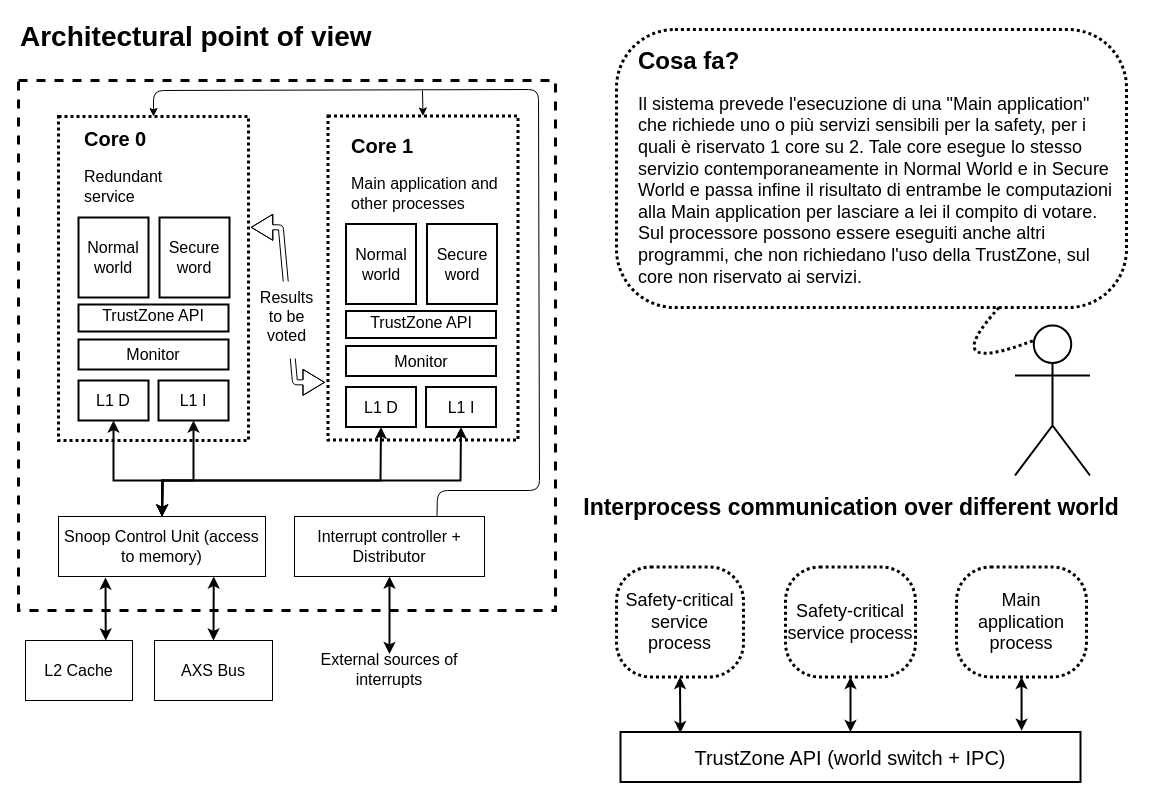
Above: page "Page-3" (4 of 4) of Untitled Diagram.drawio in gabrielegiannini/quality-and-certification-project (draw.io), before the change. Source tidied: cells renumbered, new cells numbered last; positions are measured from the earlier drawing's top-left corner, leaving out a move shared by most shapes. Both pictures are drawn from the tidied source at 100%, with x=0, y=0 at pixel (18, 17).
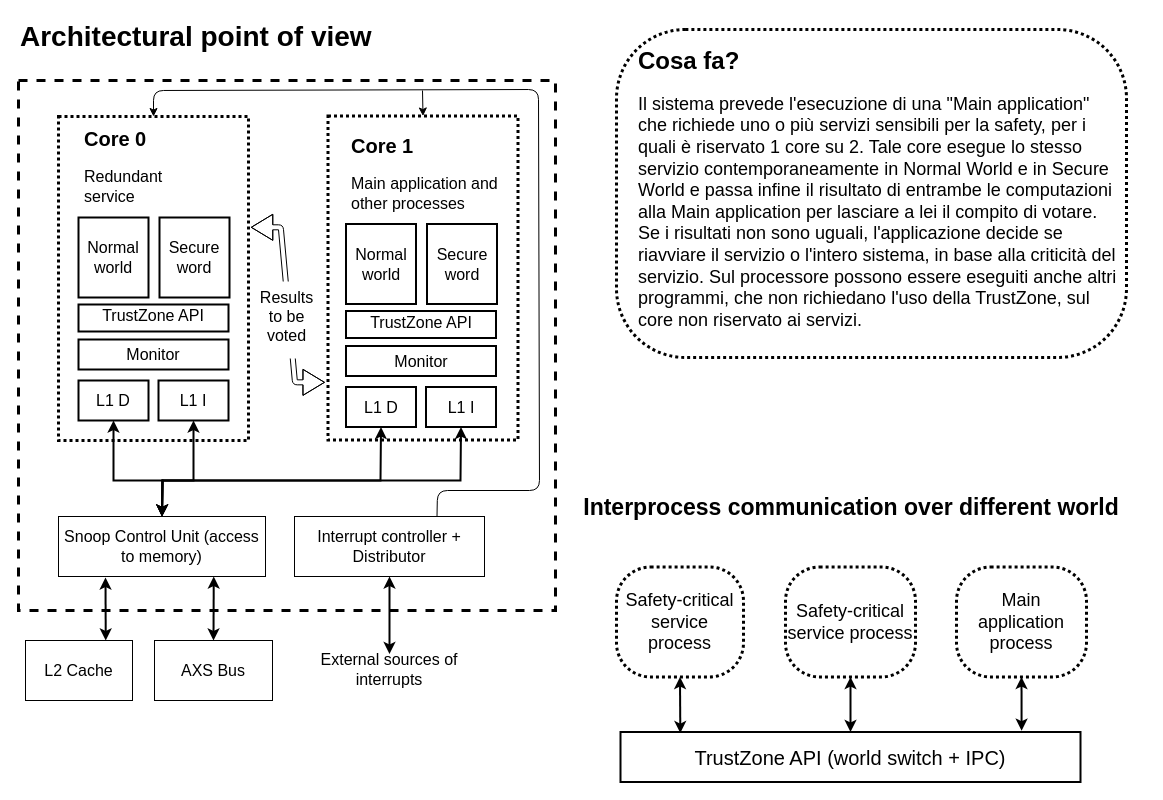
Above is the later version.

Change to the diagram source:
```diff
@@
     <mxCell id="27" style="whiteSpace=wrap;html=1;rounded=1;arcSize=21;align=center;verticalAlign=middle;strokeWidth=3;spacing=4;fillColor=none;dashed=1;dashPattern=1 1;" parent="1" vertex="1">
-      <mxGeometry x="598" y="12" width="510" height="278" as="geometry" />
+      <mxGeometry x="598" y="12" width="510" height="328" as="geometry" />
     </mxCell>
-    <mxCell id="28" value="&lt;h1&gt;Cosa fa?&lt;br&gt;&lt;/h1&gt;&lt;p style=&quot;font-size: 18px&quot;&gt;Il sistema prevede l'esecuzione di una &quot;Main application&quot; che richiede uno o più servizi sensibili per la safety, per i quali è riservato 1 core su 2. Tale core esegue lo stesso servizio contemporaneamente in Normal World e in Secure World e passa infine il risultato di entrambe le computazioni alla Main application per lasciare a lei il compito di votare. Sul processore possono essere eseguiti anche altri programmi, che non richiedano l'uso della TrustZone, sul&amp;nbsp; core non riservato ai servizi.&lt;br&gt;&lt;/p&gt;" style="text;html=1;strokeColor=none;fillColor=none;spacing=5;spacingTop=-20;whiteSpace=wrap;overflow=hidden;rounded=0;" parent="1" vertex="1">
-      <mxGeometry x="615" y="24" width="492" height="246" as="geometry" />
+    <mxCell id="28" value="&lt;h1&gt;Cosa fa?&lt;br&gt;&lt;/h1&gt;&lt;p style=&quot;font-size: 18px&quot;&gt;Il sistema prevede l'esecuzione di una &quot;Main application&quot; che richiede uno o più servizi sensibili per la safety, per i quali è riservato 1 core su 2. Tale core esegue lo stesso servizio contemporaneamente in Normal World e in Secure World e passa infine il risultato di entrambe le computazioni alla Main application per lasciare a lei il compito di votare. Se i risultati non sono uguali, l'applicazione decide se riavviare il servizio o l'intero sistema, in base alla criticità del servizio. Sul processore possono essere eseguiti anche altri programmi, che non richiedano l'uso della TrustZone, sul&amp;nbsp; core non riservato ai servizi.&lt;br&gt;&lt;/p&gt;" style="text;html=1;strokeColor=none;fillColor=none;spacing=5;spacingTop=-20;whiteSpace=wrap;overflow=hidden;rounded=0;" parent="1" vertex="1">
+      <mxGeometry x="615" y="24" width="492" height="316" as="geometry" />
     </mxCell>
-    <mxCell id="29" style="shape=umlActor;verticalLabelPosition=bottom;labelBackgroundColor=#ffffff;verticalAlign=top;html=1;outlineConnect=0;strokeWidth=2;fillColor=none;" parent="1" vertex="1">
-      <mxGeometry x="996.5" y="308" width="75" height="150" as="geometry" />
-    </mxCell>
-    <mxCell id="30" style="curved=1;endArrow=none;html=1;exitX=0.75;exitY=1;exitDx=0;exitDy=0;entryX=0.25;entryY=0.1;entryDx=0;entryDy=0;entryPerimeter=0;endFill=0;dashed=1;dashPattern=1 1;strokeWidth=3;" parent="1" edge="1" source="27" target="29">
-      <mxGeometry relative="1" as="geometry">
-        <Array as="points">
-          <mxPoint x="917" y="360" />
-        </Array>
-      </mxGeometry>
-    </mxCell>
```
